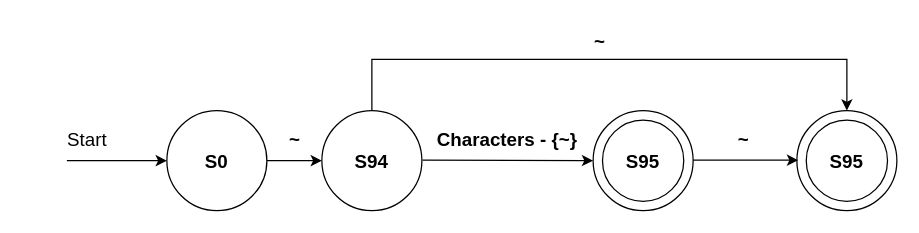
This is commentdelim.drawio from MonaJea-Ng/Projects, a draw.io file, before an edit. Source tidied: cells renumbered, new cells numbered last; positions are measured from the earlier drawing's top-left corner, leaving out a move shared by most shapes. Both pictures are drawn from the tidied source at 125%, with x=0, y=0 at pixel (21, 21).
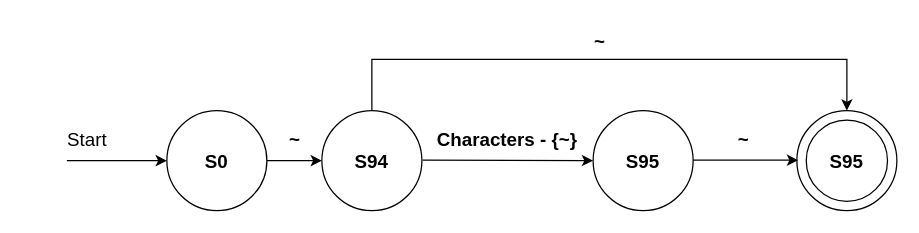
The same diagram, later.

What changed in the source:
```diff
@@
-    <mxCell id="13" style="ellipse;whiteSpace=wrap;html=1;" parent="1" vertex="1">
-      <mxGeometry x="464.5" y="78.5" width="65" height="65" as="geometry" />
-    </mxCell>
```
